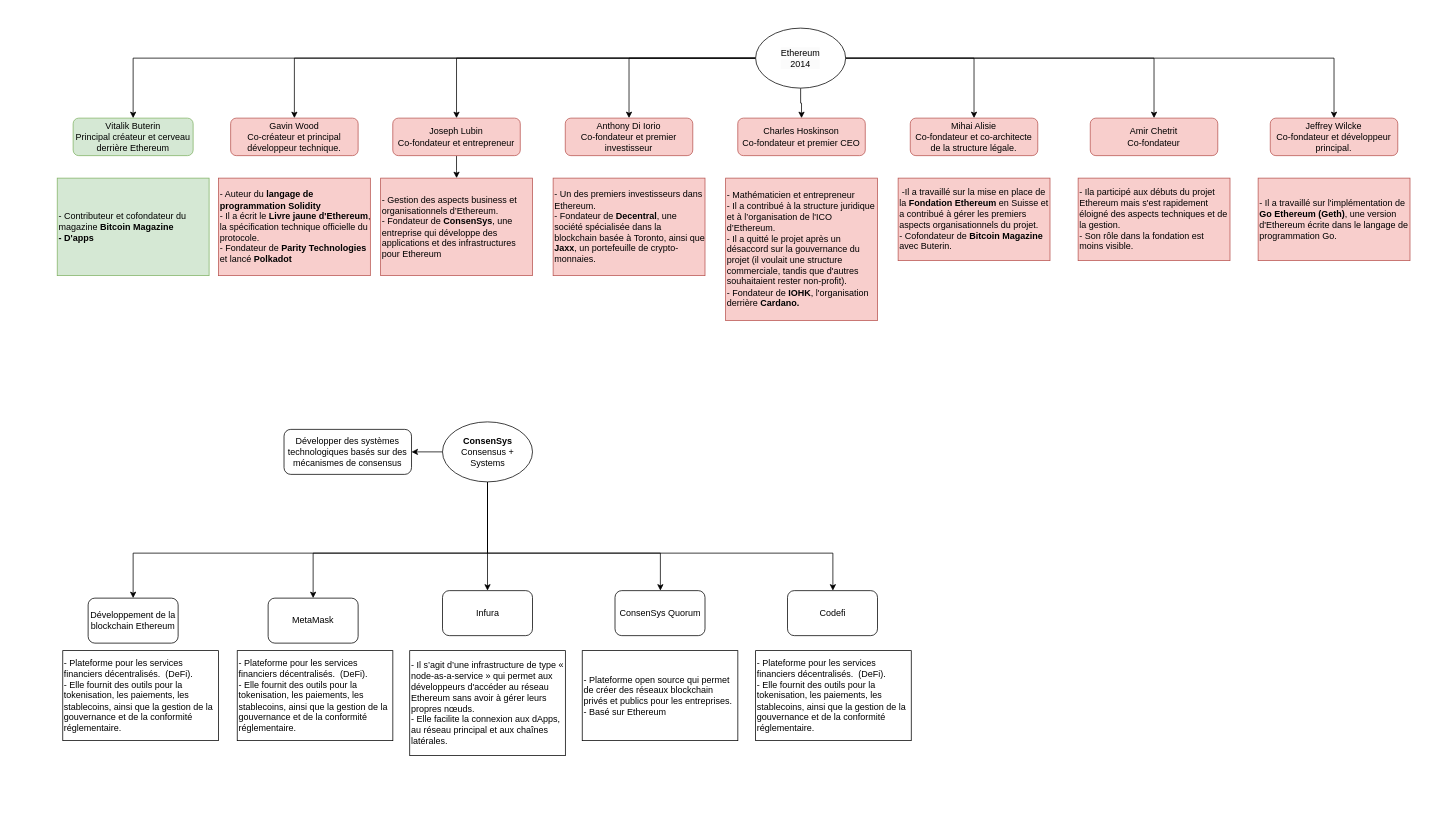
Earlier version of the draw.io diagram CES2025.drawio (AlejandroDAvidz/AlejandroDAvidz). Source tidied: cells renumbered, new cells numbered last; positions are measured from the earlier drawing's top-left corner, leaving out a move shared by most shapes. Both pictures are drawn from the tidied source at 75%, with x=0, y=0 at pixel (57, 28).
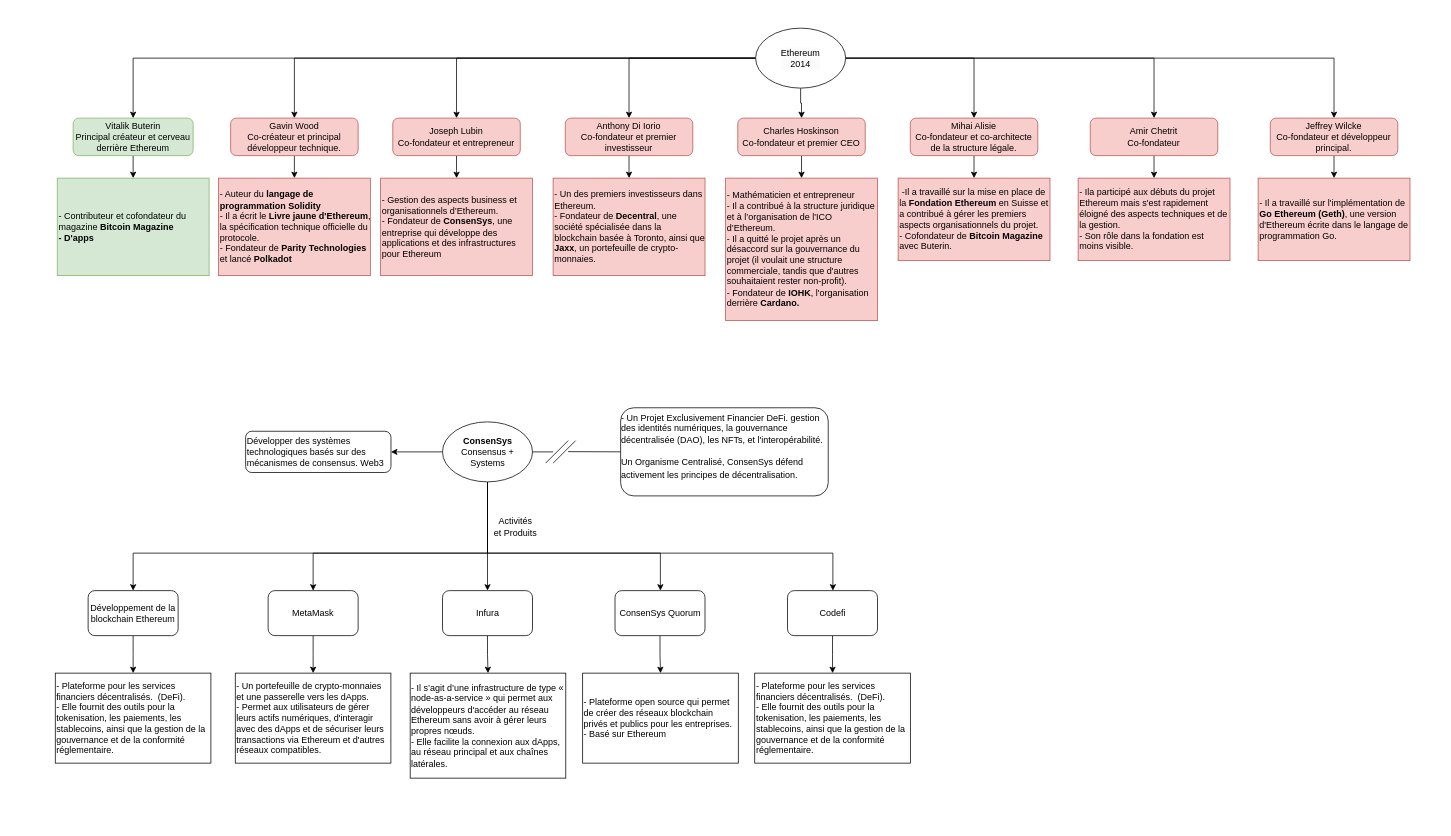
The same page after the edit.

Commit message (it also covers changes not shown here):
Mettre à jour CES2025.drawio

Unchanged cells that the change refers to:
```xml
<mxCell id="2" value="Vitalik Buterin&lt;br&gt;&lt;div&gt;Principal créateur et cerveau derrière Ethereum&lt;br&gt;&lt;/div&gt;" style="rounded=1;whiteSpace=wrap;html=1;fillColor=#d5e8d4;strokeColor=#82b366;" parent="1" vertex="1">
  <mxGeometry x="21" y="120" width="160" height="50" as="geometry" />
</mxCell>
<mxCell id="12" value="Gavin Wood&lt;div&gt;Co-créateur et principal développeur technique.&lt;br&gt;&lt;/div&gt;" style="rounded=1;whiteSpace=wrap;html=1;fillColor=#f8cecc;strokeColor=#b85450;" parent="1" vertex="1">
  <mxGeometry x="231" y="120" width="170" height="50" as="geometry" />
</mxCell>
<mxCell id="13" value="&lt;span style=&quot;background-color: initial;&quot;&gt;- Auteur du &lt;/span&gt;&lt;strong style=&quot;background-color: initial;&quot;&gt;langage de programmation Solidity&lt;/strong&gt;&lt;span style=&quot;background-color: initial;&quot;&gt;&amp;nbsp;&lt;/span&gt;&lt;br&gt;&lt;span style=&quot;background-color: initial;&quot;&gt;- Il a écrit le &lt;/span&gt;&lt;strong style=&quot;background-color: initial;&quot;&gt;Livre jaune d'Ethereum&lt;/strong&gt;&lt;span style=&quot;background-color: initial;&quot;&gt;, la spécification technique officielle du protocole.&lt;/span&gt;&lt;div&gt;&lt;span style=&quot;background-color: initial;&quot;&gt;- Fondateur de&amp;nbsp;&lt;/span&gt;&lt;strong style=&quot;background-color: initial;&quot;&gt;Parity Technologies&lt;/strong&gt;&lt;span style=&quot;background-color: initial;&quot;&gt; et lancé &lt;/span&gt;&lt;strong style=&quot;background-color: initial;&quot;&gt;Polkadot&lt;/strong&gt;&lt;/div&gt;" style="rounded=0;whiteSpace=wrap;html=1;align=left;fillColor=#f8cecc;strokeColor=#b85450;" parent="1" vertex="1">
  <mxGeometry x="214.8" y="200" width="202.5" height="130" as="geometry" />
</mxCell>
<mxCell id="14" value="- Contributeur et cofondateur du magazine&amp;nbsp;&lt;strong&gt;Bitcoin Magazine&lt;/strong&gt;&lt;div&gt;&lt;strong&gt;- D'apps&lt;/strong&gt;&lt;/div&gt;" style="rounded=0;whiteSpace=wrap;html=1;align=left;fillColor=#d5e8d4;strokeColor=#82b366;" parent="1" vertex="1">
  <mxGeometry x="-0.2" y="200" width="202.5" height="130" as="geometry" />
</mxCell>
<mxCell id="18" value="&lt;div&gt;- Un des premiers investisseurs dans Ethereum.&lt;/div&gt;&lt;div&gt;- Fondateur de&amp;nbsp;&lt;strong&gt;Decentral&lt;/strong&gt;, une société spécialisée dans la blockchain basée à Toronto, ainsi que &lt;strong&gt;Jaxx&lt;/strong&gt;, un portefeuille de crypto-monnaies.&lt;br&gt;&lt;/div&gt;" style="rounded=0;whiteSpace=wrap;html=1;align=left;fillColor=#f8cecc;strokeColor=#b85450;" parent="1" vertex="1">
  <mxGeometry x="661" y="200" width="202.5" height="130" as="geometry" />
</mxCell>
<mxCell id="19" value="&lt;div&gt;Anthony Di Iorio&lt;/div&gt;&lt;div&gt;&lt;span style=&quot;background-color: initial;&quot;&gt;Co-fondateur et premier investisseur&lt;/span&gt;&lt;/div&gt;" style="rounded=1;whiteSpace=wrap;html=1;fillColor=#f8cecc;strokeColor=#b85450;" parent="1" vertex="1">
  <mxGeometry x="677.2" y="120" width="170" height="50" as="geometry" />
</mxCell>
<mxCell id="20" value="&lt;div&gt;- Mathématicien et entrepreneur&lt;/div&gt;&lt;div&gt;- Il a contribué à la structure juridique et à l’organisation de l'ICO d’Ethereum.&amp;nbsp;&lt;/div&gt;&lt;div&gt;- Il a quitté le projet après un désaccord sur la gouvernance du projet (il voulait une structure commerciale, tandis que d'autres souhaitaient rester non-profit).&amp;nbsp;&lt;/div&gt;&lt;div&gt;- Fondateur de&amp;nbsp;&lt;strong&gt;IOHK&lt;/strong&gt;, l'organisation derrière &lt;strong&gt;Cardano.&lt;/strong&gt;&lt;br&gt;&lt;/div&gt;" style="rounded=0;whiteSpace=wrap;html=1;align=left;fillColor=#f8cecc;strokeColor=#b85450;" parent="1" vertex="1">
  <mxGeometry x="891" y="200" width="202.5" height="190" as="geometry" />
</mxCell>
<mxCell id="21" value="&lt;div&gt;&amp;nbsp;-Il a travaillé sur la mise en place de la &lt;strong&gt;Fondation Ethereum&lt;/strong&gt; en Suisse et a contribué à gérer les premiers aspects organisationnels du projet.&amp;nbsp;&lt;/div&gt;&lt;div&gt;- Cofondateur de &lt;strong&gt;Bitcoin Magazine&lt;/strong&gt; avec Buterin.&lt;br&gt;&lt;/div&gt;" style="rounded=0;whiteSpace=wrap;html=1;align=left;fillColor=#f8cecc;strokeColor=#b85450;" parent="1" vertex="1">
  <mxGeometry x="1121" y="200" width="202.5" height="110" as="geometry" />
</mxCell>
<mxCell id="22" value="&lt;div&gt;&lt;span style=&quot;background-color: initial;&quot;&gt;Charles Hoskinson&lt;/span&gt;&lt;/div&gt;&lt;div&gt;&lt;span style=&quot;background-color: initial;&quot;&gt;Co-fondateur et premier CEO&lt;/span&gt;&lt;br&gt;&lt;/div&gt;" style="rounded=1;whiteSpace=wrap;html=1;fillColor=#f8cecc;strokeColor=#b85450;" parent="1" vertex="1">
  <mxGeometry x="907.2" y="120" width="170" height="50" as="geometry" />
</mxCell>
<mxCell id="23" value="&lt;div&gt;&lt;span style=&quot;background-color: initial;&quot;&gt;Mihai Alisie&lt;/span&gt;&lt;/div&gt;&lt;div&gt;Co-fondateur et co-architecte de la structure légale.&lt;br&gt;&lt;/div&gt;" style="rounded=1;whiteSpace=wrap;html=1;fillColor=#f8cecc;strokeColor=#b85450;" parent="1" vertex="1">
  <mxGeometry x="1137.2" y="120" width="170" height="50" as="geometry" />
</mxCell>
<mxCell id="24" value="&lt;div&gt;- Ila participé aux débuts du projet Ethereum mais s'est rapidement éloigné des aspects techniques et de la gestion.&amp;nbsp;&lt;/div&gt;&lt;div&gt;- Son rôle dans la fondation est moins visible.&lt;br&gt;&lt;/div&gt;" style="rounded=0;whiteSpace=wrap;html=1;align=left;fillColor=#f8cecc;strokeColor=#b85450;" parent="1" vertex="1">
  <mxGeometry x="1361" y="200" width="202.5" height="110" as="geometry" />
</mxCell>
<mxCell id="25" value="&lt;div&gt;&lt;span style=&quot;background-color: initial;&quot;&gt;Amir Chetrit&lt;/span&gt;&lt;/div&gt;&lt;div&gt;&lt;span style=&quot;background-color: initial;&quot;&gt;Co-fondateur&lt;/span&gt;&lt;br&gt;&lt;/div&gt;" style="rounded=1;whiteSpace=wrap;html=1;fillColor=#f8cecc;strokeColor=#b85450;" parent="1" vertex="1">
  <mxGeometry x="1377.2" y="120" width="170" height="50" as="geometry" />
</mxCell>
<mxCell id="26" value="&lt;div&gt;- Il a travaillé sur l'implémentation de &lt;strong&gt;Go Ethereum (Geth)&lt;/strong&gt;, une version d'Ethereum écrite dans le langage de programmation Go.&amp;nbsp;&lt;/div&gt;" style="rounded=0;whiteSpace=wrap;html=1;align=left;fillColor=#f8cecc;strokeColor=#b85450;" parent="1" vertex="1">
  <mxGeometry x="1601" y="200" width="202.5" height="110" as="geometry" />
</mxCell>
<mxCell id="27" value="&lt;div&gt;Jeffrey Wilcke&lt;br&gt;&lt;/div&gt;&lt;div&gt;Co-fondateur et développeur principal.&lt;br&gt;&lt;/div&gt;" style="rounded=1;whiteSpace=wrap;html=1;fillColor=#f8cecc;strokeColor=#b85450;" parent="1" vertex="1">
  <mxGeometry x="1617.2" y="120" width="170" height="50" as="geometry" />
</mxCell>
<mxCell id="34" value="&lt;b&gt;ConsenSys&lt;/b&gt;&lt;div&gt;Consensus + Systems&lt;/div&gt;" style="ellipse;whiteSpace=wrap;html=1;" parent="1" vertex="1">
  <mxGeometry x="513.5" y="525" width="120" height="80" as="geometry" />
</mxCell>
<mxCell id="38" value="Infura" style="rounded=1;whiteSpace=wrap;html=1;" parent="1" vertex="1">
  <mxGeometry x="513.5" y="750" width="120" height="60" as="geometry" />
</mxCell>
<mxCell id="39" value="ConsenSys Quorum" style="rounded=1;whiteSpace=wrap;html=1;" parent="1" vertex="1">
  <mxGeometry x="743.5" y="750" width="120" height="60" as="geometry" />
</mxCell>
<mxCell id="40" value="Codefi" style="rounded=1;whiteSpace=wrap;html=1;" parent="1" vertex="1">
  <mxGeometry x="973.5" y="750" width="120" height="60" as="geometry" />
</mxCell>
```

The edit, as a diff of the source:
```diff
@@
+    <mxCell id="46" style="rounded=0;whiteSpace=wrap;html=1;strokeColor=none;" parent="1" vertex="1">
+      <mxGeometry x="-19" y="-20" width="1860" height="440" as="geometry" />
+    </mxCell>
+    <mxCell id="47" style="rounded=0;whiteSpace=wrap;html=1;strokeColor=none;" parent="1" vertex="1">
+      <mxGeometry x="-59" y="480" width="1270" height="580" as="geometry" />
+    </mxCell>
+    <mxCell id="48" style="edgeStyle=orthogonalEdgeStyle;rounded=0;jettySize=auto;html=1;entryX=0.5;entryY=0;entryDx=0;entryDy=0;" parent="1" edge="1" source="2" target="14">
+      <mxGeometry relative="1" as="geometry" />
+    </mxCell>
@@
+    <mxCell id="49" style="edgeStyle=orthogonalEdgeStyle;rounded=0;jettySize=auto;html=1;entryX=0.5;entryY=0;entryDx=0;entryDy=0;" parent="1" edge="1" source="12" target="13">
+      <mxGeometry relative="1" as="geometry" />
+    </mxCell>
@@
+    <mxCell id="50" style="edgeStyle=orthogonalEdgeStyle;rounded=0;jettySize=auto;html=1;entryX=0.5;entryY=0;entryDx=0;entryDy=0;" parent="1" edge="1" source="19" target="18">
+      <mxGeometry relative="1" as="geometry" />
+    </mxCell>
@@
+    <mxCell id="51" style="edgeStyle=orthogonalEdgeStyle;rounded=0;jettySize=auto;html=1;entryX=0.5;entryY=0;entryDx=0;entryDy=0;" parent="1" edge="1" source="22" target="20">
+      <mxGeometry relative="1" as="geometry" />
+    </mxCell>
@@
+    <mxCell id="52" style="edgeStyle=orthogonalEdgeStyle;rounded=0;jettySize=auto;html=1;entryX=0.5;entryY=0;entryDx=0;entryDy=0;" parent="1" edge="1" source="23" target="21">
+      <mxGeometry relative="1" as="geometry" />
+    </mxCell>
@@
+    <mxCell id="53" style="edgeStyle=orthogonalEdgeStyle;rounded=0;jettySize=auto;html=1;entryX=0.5;entryY=0;entryDx=0;entryDy=0;" parent="1" edge="1" source="25" target="24">
+      <mxGeometry relative="1" as="geometry" />
+    </mxCell>
@@
+    <mxCell id="54" style="edgeStyle=orthogonalEdgeStyle;rounded=0;jettySize=auto;html=1;entryX=0.5;entryY=0;entryDx=0;entryDy=0;" parent="1" edge="1" source="27" target="26">
+      <mxGeometry relative="1" as="geometry" />
+    </mxCell>
@@
-    <mxCell id="35" value="Développer des systèmes technologiques basés sur des mécanismes de consensus" style="rounded=1;whiteSpace=wrap;html=1;" parent="1" vertex="1">
-      <mxGeometry x="302.2" y="535" width="170" height="60" as="geometry" />
+    <mxCell id="35" value="Développer des systèmes technologiques basés sur des mécanismes de consensus. Web3" style="rounded=1;whiteSpace=wrap;html=1;align=left;" parent="1" vertex="1">
+      <mxGeometry x="251" y="537.5" width="193.8" height="55" as="geometry" />
     </mxCell>
+    <mxCell id="55" style="edgeStyle=orthogonalEdgeStyle;rounded=0;jettySize=auto;html=1;" parent="1" edge="1" source="36" target="45">
+      <mxGeometry relative="1" as="geometry" />
+    </mxCell>
     <mxCell id="36" value="Développement de la blockchain Ethereum" style="rounded=1;whiteSpace=wrap;html=1;" parent="1" vertex="1">
-      <mxGeometry x="41" y="760" width="120" height="60" as="geometry" />
+      <mxGeometry x="41" y="750" width="120" height="60" as="geometry" />
     </mxCell>
+    <mxCell id="56" style="edgeStyle=orthogonalEdgeStyle;rounded=0;jettySize=auto;html=1;" parent="1" edge="1" source="37" target="44">
+      <mxGeometry relative="1" as="geometry" />
+    </mxCell>
     <mxCell id="37" value="MetaMask" style="rounded=1;whiteSpace=wrap;html=1;" parent="1" vertex="1">
-      <mxGeometry x="281" y="760" width="120" height="60" as="geometry" />
+      <mxGeometry x="281" y="750" width="120" height="60" as="geometry" />
     </mxCell>
+    <mxCell id="57" style="edgeStyle=orthogonalEdgeStyle;rounded=0;jettySize=auto;html=1;" parent="1" edge="1" source="38" target="43">
+      <mxGeometry relative="1" as="geometry" />
+    </mxCell>
@@
+    <mxCell id="58" style="edgeStyle=orthogonalEdgeStyle;rounded=0;jettySize=auto;html=1;" parent="1" edge="1" source="39" target="42">
+      <mxGeometry relative="1" as="geometry" />
+    </mxCell>
@@
+    <mxCell id="59" style="edgeStyle=orthogonalEdgeStyle;rounded=0;jettySize=auto;html=1;" parent="1" edge="1" source="40" target="41">
+      <mxGeometry relative="1" as="geometry" />
+    </mxCell>
@@
     <mxCell id="41" value="- Plateforme pour les services financiers décentralisés.&amp;nbsp;&amp;nbsp;(DeFi).&lt;div&gt;- Elle fournit des outils pour la tokenisation, les paiements, les stablecoins, ainsi que la gestion de la gouvernance et de la conformité réglementaire.&lt;/div&gt;" style="rounded=0;whiteSpace=wrap;html=1;align=left;" parent="1" vertex="1">
-      <mxGeometry x="931" y="830" width="207.5" height="120" as="geometry" />
+      <mxGeometry x="929.8" y="860" width="207.5" height="120" as="geometry" />
     </mxCell>
     <mxCell id="42" value="- Plateforme open source qui permet de créer des réseaux blockchain privés et publics pour les entreprises.&lt;div&gt;- Basé sur Ethereum&lt;/div&gt;" style="rounded=0;whiteSpace=wrap;html=1;align=left;" parent="1" vertex="1">
-      <mxGeometry x="699.8" y="830" width="207.5" height="120" as="geometry" />
+      <mxGeometry x="700.4" y="860" width="207.5" height="120" as="geometry" />
     </mxCell>
     <mxCell id="43" value="- Il s’agit d’une infrastructure de type « node-as-a-service » qui permet aux développeurs d'accéder au réseau Ethereum sans avoir à gérer leurs propres nœuds.&amp;nbsp;&lt;div&gt;- Elle facilite la connexion aux dApps, au réseau principal et aux chaînes latérales.&lt;br&gt;&lt;/div&gt;" style="rounded=0;whiteSpace=wrap;html=1;align=left;" parent="1" vertex="1">
-      <mxGeometry x="469.8" y="830" width="207.5" height="140" as="geometry" />
+      <mxGeometry x="470.4" y="860" width="207.5" height="140" as="geometry" />
     </mxCell>
-    <mxCell id="44" value="- Plateforme pour les services financiers décentralisés.&amp;nbsp;&amp;nbsp;(DeFi).&lt;div&gt;- Elle fournit des outils pour la tokenisation, les paiements, les stablecoins, ainsi que la gestion de la gouvernance et de la conformité réglementaire.&lt;/div&gt;" style="rounded=0;whiteSpace=wrap;html=1;align=left;" parent="1" vertex="1">
-      <mxGeometry x="239.8" y="830" width="207.5" height="120" as="geometry" />
+    <mxCell id="44" value="- Un portefeuille de crypto-monnaies et une passerelle vers les dApps.&lt;div&gt;- Permet aux utilisateurs de gérer leurs actifs numériques, d'interagir avec des dApps et de sécuriser leurs transactions via Ethereum et d'autres réseaux compatibles.&lt;br&gt;&lt;/div&gt;" style="rounded=0;whiteSpace=wrap;html=1;align=left;" parent="1" vertex="1">
+      <mxGeometry x="237.2" y="860" width="207.5" height="120" as="geometry" />
     </mxCell>
     <mxCell id="45" value="- Plateforme pour les services financiers décentralisés.&amp;nbsp;&amp;nbsp;(DeFi).&lt;div&gt;- Elle fournit des outils pour la tokenisation, les paiements, les stablecoins, ainsi que la gestion de la gouvernance et de la conformité réglementaire.&lt;/div&gt;" style="rounded=0;whiteSpace=wrap;html=1;align=left;" parent="1" vertex="1">
-      <mxGeometry x="7.2" y="830" width="207.5" height="120" as="geometry" />
+      <mxGeometry x="-2.8" y="860" width="207.5" height="120" as="geometry" />
     </mxCell>
+    <mxCell id="60" value="&lt;div&gt;&lt;div style=&quot;text-align: left;&quot;&gt;- Un Projet Exclusivement Financier DeFi.&amp;nbsp;&lt;span style=&quot;background-color: initial;&quot;&gt;gestion des&amp;nbsp;&lt;/span&gt;&lt;span style=&quot;background-color: initial;&quot;&gt;identités numériques&lt;/span&gt;&lt;span style=&quot;background-color: initial;&quot;&gt;, la&amp;nbsp;&lt;/span&gt;&lt;span style=&quot;background-color: initial;&quot;&gt;gouvernance décentralisée (DAO)&lt;/span&gt;&lt;span style=&quot;background-color: initial;&quot;&gt;, les&amp;nbsp;&lt;/span&gt;&lt;span style=&quot;background-color: initial;&quot;&gt;NFTs&lt;/span&gt;&lt;span style=&quot;background-color: initial;&quot;&gt;, et l'&lt;/span&gt;&lt;span style=&quot;background-color: initial;&quot;&gt;interopérabilité&lt;/span&gt;&lt;span style=&quot;background-color: initial;&quot;&gt;.&lt;/span&gt;&lt;/div&gt;&lt;div&gt;&lt;h3 style=&quot;text-align: left;&quot;&gt;&lt;font style=&quot;font-size: 12px; font-weight: normal;&quot;&gt;Un Organisme Centralisé,&amp;nbsp;&lt;span style=&quot;background-color: initial;&quot;&gt;ConsenSys défend activement les principes de&amp;nbsp;&lt;/span&gt;&lt;span style=&quot;background-color: initial;&quot;&gt;décentralisation.&lt;/span&gt;&lt;/font&gt;&lt;/h3&gt;&lt;/div&gt;&lt;/div&gt;" style="rounded=1;whiteSpace=wrap;html=1;" parent="1" vertex="1">
+      <mxGeometry x="751" y="506.2" width="276.8" height="117.5" as="geometry" />
+    </mxCell>
+    <mxCell id="61" style="group;" parent="1" vertex="1">
+      <mxGeometry x="651" y="550" width="40" height="30" as="geometry" />
+    </mxCell>
+    <mxCell id="62" style="group;" parent="61" vertex="1">
+      <mxGeometry width="40" height="30" as="geometry" />
+    </mxCell>
+    <mxCell id="63" style="endArrow=none;html=1;rounded=0;exitX=1;exitY=0.5;exitDx=0;exitDy=0;" parent="62" edge="1" source="34">
+      <mxGeometry relative="1" as="geometry">
+        <mxPoint x="10" y="15" as="targetPoint" />
+      </mxGeometry>
+    </mxCell>
+    <mxCell id="64" style="endArrow=none;html=1;rounded=0;" parent="62" edge="1">
+      <mxGeometry relative="1" as="geometry">
+        <mxPoint y="30" as="sourcePoint" />
+        <mxPoint x="30" as="targetPoint" />
+      </mxGeometry>
+    </mxCell>
+    <mxCell id="65" style="endArrow=none;html=1;rounded=0;" parent="62" edge="1">
+      <mxGeometry relative="1" as="geometry">
+        <mxPoint x="10" y="30" as="sourcePoint" />
+        <mxPoint x="40" as="targetPoint" />
+      </mxGeometry>
+    </mxCell>
+    <mxCell id="66" style="endArrow=none;html=1;rounded=0;exitX=1;exitY=0.5;exitDx=0;exitDy=0;entryX=0;entryY=0.5;entryDx=0;entryDy=0;" parent="62" edge="1" target="60">
+      <mxGeometry relative="1" as="geometry">
+        <mxPoint x="30" y="14.7" as="sourcePoint" />
+      </mxGeometry>
+    </mxCell>
+    <mxCell id="67" value="Activités et Produits" style="text;html=1;align=center;verticalAlign=middle;whiteSpace=wrap;rounded=0;" parent="1" vertex="1">
+      <mxGeometry x="581" y="650" width="60" height="30" as="geometry" />
+    </mxCell>
```
